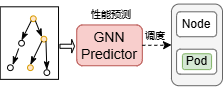
Above: drawio_figs/buaa_proposal/研究技术路线1.1.drawio.png in Jinghao-coding/paperstudy (draw.io), before the change. Source tidied: cells renumbered, new cells last; positions are measured from the earlier drawing's top-left corner, leaving out a move shared by most shapes. Its diagram source:
```xml
<mxGraphModel>
  <root>
    <mxCell id="0" />
    <mxCell id="1" parent="0" />
    <mxCell id="2" style="group;" parent="1" vertex="1">
      <mxGeometry x="7" y="0.5" width="215" height="97.5" as="geometry" />
    </mxCell>
    <mxCell id="3" value="GNN Predictor" style="rounded=1;whiteSpace=wrap;html=1;fillColor=#f8cecc;strokeColor=#b85450;fontSize=14;" parent="2" vertex="1">
      <mxGeometry x="69.2" y="24.9" width="65.6" height="40.8" as="geometry" />
    </mxCell>
    <mxCell id="4" style="rounded=1;whiteSpace=wrap;html=1;fillColor=#f5f5f5;strokeColor=#666666;fontSize=14;" parent="2" vertex="1">
      <mxGeometry x="164" y="4.1" width="51" height="81.6" as="geometry" />
    </mxCell>
    <mxCell id="5" value="Node" style="rounded=1;whiteSpace=wrap;html=1;fillColor=#ffffff;strokeColor=#666666;" parent="2" vertex="1">
      <mxGeometry x="169.1" y="11.8" width="40.1" height="24.9" as="geometry" />
    </mxCell>
    <mxCell id="6" style="edgeStyle=orthogonalEdgeStyle;rounded=0;jettySize=auto;html=1;endArrow=classic;endFill=1;strokeWidth=1;dashed=1;" parent="2" edge="1" source="3" target="4">
      <mxGeometry relative="1" as="geometry" />
    </mxCell>
    <mxCell id="7" value="&lt;font style=&quot;font-size: 10px;&quot;&gt;性能预测&lt;/font&gt;" style="text;html=1;strokeColor=none;fillColor=none;align=left;verticalAlign=top;spacingLeft=4;" parent="2" vertex="1">
      <mxGeometry x="78.2" width="43.7" height="18.1" as="geometry" />
    </mxCell>
    <mxCell id="8" value="&lt;font style=&quot;font-size: 10px;&quot;&gt;调度&lt;/font&gt;" style="text;html=1;strokeColor=none;fillColor=none;align=left;verticalAlign=top;spacingLeft=4;" parent="2" vertex="1">
      <mxGeometry x="131.8" y="21.3" width="21.9" height="18.1" as="geometry" />
    </mxCell>
    <mxCell id="9" style="group;" parent="2" vertex="1">
      <mxGeometry y="15.9" width="58.3" height="81.6" as="geometry" />
    </mxCell>
    <mxCell id="10" style="rounded=0;whiteSpace=wrap;html=1;" parent="9" vertex="1">
      <mxGeometry x="-7.3" y="-9.1" width="58.3" height="72.6" as="geometry" />
    </mxCell>
    <mxCell id="11" style="ellipse;whiteSpace=wrap;html=1;fontSize=12;fillColor=#ffe6cc;strokeColor=#d79b00;" parent="9" vertex="1">
      <mxGeometry x="23" width="5.7" height="5.7" as="geometry" />
    </mxCell>
    <mxCell id="12" style="ellipse;whiteSpace=wrap;html=1;fontSize=12;" parent="9" vertex="1">
      <mxGeometry x="11.2" y="24.5" width="5.7" height="5.7" as="geometry" />
    </mxCell>
    <mxCell id="13" style="ellipse;whiteSpace=wrap;html=1;fontSize=12;fillColor=#ffe6cc;strokeColor=#d79b00;" parent="9" vertex="1">
      <mxGeometry x="33.6" y="20.4" width="5.7" height="5.7" as="geometry" />
    </mxCell>
    <mxCell id="14" style="ellipse;whiteSpace=wrap;html=1;fontSize=12;fillColor=#ffe6cc;strokeColor=#d79b00;" parent="9" vertex="1">
      <mxGeometry x="20" y="49" width="5.7" height="5.7" as="geometry" />
    </mxCell>
    <mxCell id="15" style="ellipse;whiteSpace=wrap;html=1;fontSize=12;direction=south;" parent="9" vertex="1">
      <mxGeometry y="49" width="5.7" height="5.7" as="geometry" />
    </mxCell>
    <mxCell id="16" style="ellipse;whiteSpace=wrap;html=1;fontSize=12;" parent="9" vertex="1">
      <mxGeometry x="36.5" y="53.9" width="5.7" height="5.7" as="geometry" />
    </mxCell>
    <mxCell id="17" style="endArrow=classicThin;html=1;rounded=1;exitX=0;exitY=1;exitDx=0;exitDy=0;entryX=0.5;entryY=0;entryDx=0;entryDy=0;endFill=1;curved=0;" parent="9" edge="1" source="11" target="12">
      <mxGeometry relative="1" as="geometry" />
    </mxCell>
    <mxCell id="18" style="endArrow=classicThin;html=1;rounded=0;exitX=0;exitY=1;exitDx=0;exitDy=0;endFill=1;curved=0;" parent="9" edge="1">
      <mxGeometry relative="1" as="geometry">
        <mxPoint x="11.2" y="32.7" as="sourcePoint" />
        <mxPoint x="5.3" y="49" as="targetPoint" />
      </mxGeometry>
    </mxCell>
    <mxCell id="19" style="endArrow=classicThin;html=1;rounded=1;entryX=0.5;entryY=0;entryDx=0;entryDy=0;endFill=1;curved=0;exitX=0;exitY=1;exitDx=0;exitDy=0;" parent="9" edge="1" source="13" target="14">
      <mxGeometry relative="1" as="geometry" />
    </mxCell>
    <mxCell id="20" style="endArrow=classicThin;html=1;rounded=1;exitX=1;exitY=1;exitDx=0;exitDy=0;entryX=0;entryY=0;entryDx=0;entryDy=0;endFill=1;curved=0;" parent="9" edge="1" source="11" target="13">
      <mxGeometry relative="1" as="geometry" />
    </mxCell>
    <mxCell id="21" style="endArrow=classicThin;html=1;rounded=0;exitX=1;exitY=1;exitDx=0;exitDy=0;entryX=0.5;entryY=0;entryDx=0;entryDy=0;endFill=1;curved=0;" parent="9" edge="1" source="13" target="16">
      <mxGeometry relative="1" as="geometry" />
    </mxCell>
    <mxCell id="22" style="shape=singleArrow;whiteSpace=wrap;html=1;" parent="2" vertex="1">
      <mxGeometry x="52.5" y="39.5" width="14.6" height="13.6" as="geometry" />
    </mxCell>
    <mxCell id="23" value="Node" style="rounded=1;whiteSpace=wrap;html=1;fillColor=#ffffff;strokeColor=#666666;" parent="2" vertex="1">
      <mxGeometry x="169.1" y="49.2" width="40.1" height="24.9" as="geometry" />
    </mxCell>
    <mxCell id="24" value="Pod" style="rounded=1;whiteSpace=wrap;html=1;fillColor=#d5e8d4;strokeColor=#82b366;fontSize=12;" parent="2" vertex="1">
      <mxGeometry x="174.9" y="53.7" width="29.2" height="15.9" as="geometry" />
    </mxCell>
  </root>
</mxGraphModel>
```
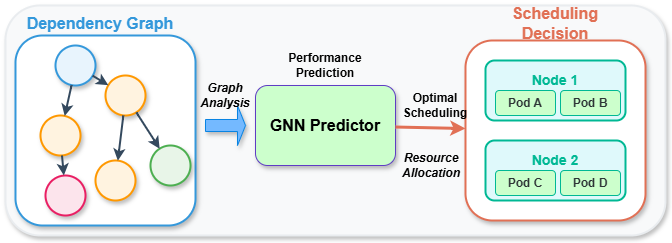
Later version of the same file.

Commit message:
docs(buaa_proposal): 更新图像文件

- 修改了 drawio_figs/buaa_proposal/ 目录下的图像文件
- 文件名包含中文字符，请确保文件系统支持 UTF-8 编码

Diff of the diagram source:
```diff
@@ -2,77 +2,98 @@
   <root>
     <mxCell id="0" />
     <mxCell id="1" parent="0" />
-    <mxCell id="2" style="group;" parent="1" vertex="1">
-      <mxGeometry x="7" y="0.5" width="215" height="97.5" as="geometry" />
-    </mxCell>
+    <mxCell id="25" style="rounded=1;whiteSpace=wrap;html=1;fillColor=#f8f9fa;strokeColor=#e9ecef;strokeWidth=2;shadow=1;" parent="1" vertex="1">
+      <mxGeometry x="-68" y="58" width="660" height="230" as="geometry" />
+    </mxCell>
+    <mxCell id="26" style="rounded=1;whiteSpace=wrap;html=1;fillColor=#ffffff;strokeColor=#3498db;strokeWidth=2;shadow=1;" parent="1" vertex="1">
+      <mxGeometry x="-58" y="88" width="180" height="190" as="geometry" />
+    </mxCell>
+    <mxCell id="27" value="Dependency Graph" style="text;html=1;strokeColor=none;fillColor=none;align=center;verticalAlign=middle;whiteSpace=wrap;rounded=0;fontSize=16;fontStyle=1;fontColor=#3498db;" parent="1" vertex="1">
+      <mxGeometry x="-48" y="63" width="150" height="25" as="geometry" />
+    </mxCell>
+    <mxCell id="28" style="ellipse;whiteSpace=wrap;html=1;fontSize=11;fontStyle=1;fillColor=#e8f4fd;strokeColor=#3498db;strokeWidth=2;shadow=1;" parent="1" vertex="1">
+      <mxGeometry x="-18" y="98" width="40" height="40" as="geometry" />
+    </mxCell>
+    <mxCell id="29" style="ellipse;whiteSpace=wrap;html=1;fontSize=11;fontStyle=1;fillColor=#fff3e0;strokeColor=#ff9800;strokeWidth=2;shadow=1;" parent="1" vertex="1">
+      <mxGeometry x="-33" y="168" width="40" height="40" as="geometry" />
+    </mxCell>
+    <mxCell id="30" style="ellipse;whiteSpace=wrap;html=1;fontSize=11;fontStyle=1;fillColor=#fff3e0;strokeColor=#ff9800;strokeWidth=2;shadow=1;" parent="1" vertex="1">
+      <mxGeometry x="32" y="128" width="40" height="40" as="geometry" />
+    </mxCell>
+    <mxCell id="31" style="ellipse;whiteSpace=wrap;html=1;fontSize=11;fontStyle=1;fillColor=#fff3e0;strokeColor=#ff9800;strokeWidth=2;shadow=1;" parent="1" vertex="1">
+      <mxGeometry x="22" y="213" width="40" height="40" as="geometry" />
+    </mxCell>
+    <mxCell id="32" style="ellipse;whiteSpace=wrap;html=1;fontSize=11;fontStyle=1;fillColor=#e8f5e8;strokeColor=#4caf50;strokeWidth=2;shadow=1;" parent="1" vertex="1">
+      <mxGeometry x="77" y="198" width="40" height="40" as="geometry" />
+    </mxCell>
+    <mxCell id="33" style="ellipse;whiteSpace=wrap;html=1;fontSize=11;fontStyle=1;fillColor=#fce4ec;strokeColor=#e91e63;strokeWidth=2;shadow=1;" parent="1" vertex="1">
+      <mxGeometry x="-28" y="228" width="40" height="40" as="geometry" />
+    </mxCell>
+    <mxCell id="34" style="endArrow=classic;html=1;rounded=1;strokeWidth=2;strokeColor=#34495e;curved=1;" parent="1" edge="1" source="28" target="29">
+      <mxGeometry relative="1" as="geometry" />
+    </mxCell>
+    <mxCell id="35" style="endArrow=classic;html=1;rounded=1;strokeWidth=2;strokeColor=#34495e;curved=1;" parent="1" edge="1" source="28" target="30">
+      <mxGeometry relative="1" as="geometry" />
+    </mxCell>
+    <mxCell id="36" style="endArrow=classic;html=1;rounded=1;strokeWidth=2;strokeColor=#34495e;curved=1;" parent="1" edge="1" source="29" target="33">
+      <mxGeometry relative="1" as="geometry" />
+    </mxCell>
+    <mxCell id="37" style="endArrow=classic;html=1;rounded=1;strokeWidth=2;strokeColor=#34495e;curved=1;" parent="1" edge="1" source="30" target="31">
+      <mxGeometry relative="1" as="geometry" />
+    </mxCell>
+    <mxCell id="38" style="endArrow=classic;html=1;rounded=1;strokeWidth=2;strokeColor=#34495e;curved=1;" parent="1" edge="1" source="30" target="32">
+      <mxGeometry relative="1" as="geometry" />
+    </mxCell>
-    <mxCell id="3" value="GNN Predictor" style="rounded=1;whiteSpace=wrap;html=1;fillColor=#f8cecc;strokeColor=#b85450;fontSize=14;" parent="2" vertex="1">
-      <mxGeometry x="69.2" y="24.9" width="65.6" height="40.8" as="geometry" />
+    <mxCell id="3" value="&lt;font style=&quot;color: rgb(0, 0, 0);&quot;&gt;GNN Predictor&lt;/font&gt;" style="rounded=1;whiteSpace=wrap;html=1;fillColor=#CCFFCC;strokeColor=#5f3dc4;fontSize=16;fontStyle=1;fontColor=#ffffff;shadow=1;" parent="1" vertex="1">
+      <mxGeometry x="182" y="138" width="140" height="80" as="geometry" />
     </mxCell>
-    <mxCell id="4" style="rounded=1;whiteSpace=wrap;html=1;fillColor=#f5f5f5;strokeColor=#666666;fontSize=14;" parent="2" vertex="1">
-      <mxGeometry x="164" y="4.1" width="51" height="81.6" as="geometry" />
-    </mxCell>
-    <mxCell id="5" value="Node" style="rounded=1;whiteSpace=wrap;html=1;fillColor=#ffffff;strokeColor=#666666;" parent="2" vertex="1">
-      <mxGeometry x="169.1" y="11.8" width="40.1" height="24.9" as="geometry" />
-    </mxCell>
-    <mxCell id="6" style="edgeStyle=orthogonalEdgeStyle;rounded=0;jettySize=auto;html=1;endArrow=classic;endFill=1;strokeWidth=1;dashed=1;" parent="2" edge="1" source="3" target="4">
-      <mxGeometry relative="1" as="geometry" />
-    </mxCell>
-    <mxCell id="7" value="&lt;font style=&quot;font-size: 10px;&quot;&gt;性能预测&lt;/font&gt;" style="text;html=1;strokeColor=none;fillColor=none;align=left;verticalAlign=top;spacingLeft=4;" parent="2" vertex="1">
-      <mxGeometry x="78.2" width="43.7" height="18.1" as="geometry" />
-    </mxCell>
-    <mxCell id="8" value="&lt;font style=&quot;font-size: 10px;&quot;&gt;调度&lt;/font&gt;" style="text;html=1;strokeColor=none;fillColor=none;align=left;verticalAlign=top;spacingLeft=4;" parent="2" vertex="1">
-      <mxGeometry x="131.8" y="21.3" width="21.9" height="18.1" as="geometry" />
-    </mxCell>
-    <mxCell id="9" style="group;" parent="2" vertex="1">
-      <mxGeometry y="15.9" width="58.3" height="81.6" as="geometry" />
-    </mxCell>
-    <mxCell id="10" style="rounded=0;whiteSpace=wrap;html=1;" parent="9" vertex="1">
-      <mxGeometry x="-7.3" y="-9.1" width="58.3" height="72.6" as="geometry" />
-    </mxCell>
-    <mxCell id="11" style="ellipse;whiteSpace=wrap;html=1;fontSize=12;fillColor=#ffe6cc;strokeColor=#d79b00;" parent="9" vertex="1">
-      <mxGeometry x="23" width="5.7" height="5.7" as="geometry" />
-    </mxCell>
-    <mxCell id="12" style="ellipse;whiteSpace=wrap;html=1;fontSize=12;" parent="9" vertex="1">
-      <mxGeometry x="11.2" y="24.5" width="5.7" height="5.7" as="geometry" />
-    </mxCell>
-    <mxCell id="13" style="ellipse;whiteSpace=wrap;html=1;fontSize=12;fillColor=#ffe6cc;strokeColor=#d79b00;" parent="9" vertex="1">
-      <mxGeometry x="33.6" y="20.4" width="5.7" height="5.7" as="geometry" />
-    </mxCell>
-    <mxCell id="14" style="ellipse;whiteSpace=wrap;html=1;fontSize=12;fillColor=#ffe6cc;strokeColor=#d79b00;" parent="9" vertex="1">
-      <mxGeometry x="20" y="49" width="5.7" height="5.7" as="geometry" />
-    </mxCell>
-    <mxCell id="15" style="ellipse;whiteSpace=wrap;html=1;fontSize=12;direction=south;" parent="9" vertex="1">
-      <mxGeometry y="49" width="5.7" height="5.7" as="geometry" />
-    </mxCell>
-    <mxCell id="16" style="ellipse;whiteSpace=wrap;html=1;fontSize=12;" parent="9" vertex="1">
-      <mxGeometry x="36.5" y="53.9" width="5.7" height="5.7" as="geometry" />
-    </mxCell>
-    <mxCell id="17" style="endArrow=classicThin;html=1;rounded=1;exitX=0;exitY=1;exitDx=0;exitDy=0;entryX=0.5;entryY=0;entryDx=0;entryDy=0;endFill=1;curved=0;" parent="9" edge="1" source="11" target="12">
-      <mxGeometry relative="1" as="geometry" />
-    </mxCell>
-    <mxCell id="18" style="endArrow=classicThin;html=1;rounded=0;exitX=0;exitY=1;exitDx=0;exitDy=0;endFill=1;curved=0;" parent="9" edge="1">
-      <mxGeometry relative="1" as="geometry">
-        <mxPoint x="11.2" y="32.7" as="sourcePoint" />
-        <mxPoint x="5.3" y="49" as="targetPoint" />
-      </mxGeometry>
-    </mxCell>
-    <mxCell id="19" style="endArrow=classicThin;html=1;rounded=1;entryX=0.5;entryY=0;entryDx=0;entryDy=0;endFill=1;curved=0;exitX=0;exitY=1;exitDx=0;exitDy=0;" parent="9" edge="1" source="13" target="14">
-      <mxGeometry relative="1" as="geometry" />
-    </mxCell>
-    <mxCell id="20" style="endArrow=classicThin;html=1;rounded=1;exitX=1;exitY=1;exitDx=0;exitDy=0;entryX=0;entryY=0;entryDx=0;entryDy=0;endFill=1;curved=0;" parent="9" edge="1" source="11" target="13">
-      <mxGeometry relative="1" as="geometry" />
-    </mxCell>
-    <mxCell id="21" style="endArrow=classicThin;html=1;rounded=0;exitX=1;exitY=1;exitDx=0;exitDy=0;entryX=0.5;entryY=0;entryDx=0;entryDy=0;endFill=1;curved=0;" parent="9" edge="1" source="13" target="16">
-      <mxGeometry relative="1" as="geometry" />
-    </mxCell>
-    <mxCell id="22" style="shape=singleArrow;whiteSpace=wrap;html=1;" parent="2" vertex="1">
-      <mxGeometry x="52.5" y="39.5" width="14.6" height="13.6" as="geometry" />
-    </mxCell>
-    <mxCell id="23" value="Node" style="rounded=1;whiteSpace=wrap;html=1;fillColor=#ffffff;strokeColor=#666666;" parent="2" vertex="1">
-      <mxGeometry x="169.1" y="49.2" width="40.1" height="24.9" as="geometry" />
-    </mxCell>
-    <mxCell id="24" value="Pod" style="rounded=1;whiteSpace=wrap;html=1;fillColor=#d5e8d4;strokeColor=#82b366;fontSize=12;" parent="2" vertex="1">
-      <mxGeometry x="174.9" y="53.7" width="29.2" height="15.9" as="geometry" />
-    </mxCell>
+    <mxCell id="39" style="shape=singleArrow;whiteSpace=wrap;html=1;fillColor=#74b9ff;strokeColor=#0984e3;shadow=1;" parent="1" vertex="1">
+      <mxGeometry x="132" y="158" width="40" height="40" as="geometry" />
+    </mxCell>
+    <mxCell id="40" value="&lt;font style=&quot;color: rgb(0, 0, 0);&quot;&gt;Performance&lt;br&gt;Prediction&lt;/font&gt;" style="text;html=1;strokeColor=none;fillColor=none;align=center;verticalAlign=middle;whiteSpace=wrap;rounded=0;fontSize=12;fontStyle=1;fontColor=#6c5ce7;" parent="1" vertex="1">
+      <mxGeometry x="192" y="98" width="120" height="40" as="geometry" />
+    </mxCell>
+    <mxCell id="41" style="rounded=1;whiteSpace=wrap;html=1;fillColor=#ffffff;strokeColor=#e17055;strokeWidth=2;shadow=1;" parent="1" vertex="1">
+      <mxGeometry x="392" y="93" width="180" height="180" as="geometry" />
+    </mxCell>
+    <mxCell id="42" value="Scheduling Decision" style="text;html=1;strokeColor=none;fillColor=none;align=center;verticalAlign=middle;whiteSpace=wrap;rounded=0;fontSize=16;fontStyle=1;fontColor=#e17055;" parent="1" vertex="1">
+      <mxGeometry x="412" y="63" width="140" height="25" as="geometry" />
+    </mxCell>
+    <mxCell id="43" style="rounded=1;whiteSpace=wrap;html=1;fillColor=#dff9fb;strokeColor=#00b894;strokeWidth=2;" parent="1" vertex="1">
+      <mxGeometry x="412" y="113" width="140" height="60" as="geometry" />
+    </mxCell>
+    <mxCell id="44" value="Node 1" style="text;html=1;strokeColor=none;fillColor=none;align=center;verticalAlign=middle;whiteSpace=wrap;rounded=0;fontSize=14;fontStyle=1;fontColor=#00b894;" parent="1" vertex="1">
+      <mxGeometry x="432" y="123" width="100" height="20" as="geometry" />
+    </mxCell>
+    <mxCell id="45" value="Pod A" style="rounded=1;whiteSpace=wrap;html=1;fillColor=#CCFFCC;strokeColor=#00b894;fontSize=12;fontStyle=1;fontColor=#2d3436;" parent="1" vertex="1">
+      <mxGeometry x="422" y="143" width="60" height="25" as="geometry" />
+    </mxCell>
+    <mxCell id="46" value="Pod B" style="rounded=1;whiteSpace=wrap;html=1;fillColor=#CCFFCC;strokeColor=#00b894;fontSize=12;fontStyle=1;fontColor=#2d3436;" parent="1" vertex="1">
+      <mxGeometry x="487" y="143" width="60" height="25" as="geometry" />
+    </mxCell>
+    <mxCell id="47" style="rounded=1;whiteSpace=wrap;html=1;fillColor=#dff9fb;strokeColor=#00b894;strokeWidth=2;" parent="1" vertex="1">
+      <mxGeometry x="412" y="193" width="140" height="60" as="geometry" />
+    </mxCell>
+    <mxCell id="48" value="Node 2" style="text;html=1;strokeColor=none;fillColor=none;align=center;verticalAlign=middle;whiteSpace=wrap;rounded=0;fontSize=14;fontStyle=1;fontColor=#00b894;" parent="1" vertex="1">
+      <mxGeometry x="432" y="203" width="100" height="20" as="geometry" />
+    </mxCell>
+    <mxCell id="49" value="Pod C" style="rounded=1;whiteSpace=wrap;html=1;fillColor=#CCFFCC;strokeColor=#00b894;fontSize=12;fontStyle=1;fontColor=#2d3436;" parent="1" vertex="1">
+      <mxGeometry x="422" y="223" width="60" height="25" as="geometry" />
+    </mxCell>
+    <mxCell id="50" value="Pod D" style="rounded=1;whiteSpace=wrap;html=1;fillColor=#CCFFCC;strokeColor=#00b894;fontSize=12;fontStyle=1;fontColor=#2d3436;" parent="1" vertex="1">
+      <mxGeometry x="487" y="223" width="60" height="25" as="geometry" />
+    </mxCell>
+    <mxCell id="51" style="endArrow=classic;html=1;rounded=0;strokeWidth=3;strokeColor=#e17055;curved=1;" parent="1" edge="1" source="3" target="41">
+      <mxGeometry relative="1" as="geometry" />
+    </mxCell>
+    <mxCell id="52" value="&lt;font style=&quot;color: rgb(0, 0, 0);&quot;&gt;Optimal&lt;br&gt;Scheduling&lt;/font&gt;" style="text;html=1;strokeColor=none;fillColor=none;align=center;verticalAlign=middle;whiteSpace=wrap;rounded=0;fontSize=12;fontStyle=1;fontColor=#e17055;" parent="1" vertex="1">
+      <mxGeometry x="322" y="138" width="80" height="40" as="geometry" />
+    </mxCell>
+    <mxCell id="53" value="&lt;font style=&quot;color: rgb(0, 0, 0); font-size: 12px;&quot;&gt;&lt;b&gt;Graph Analysis&lt;/b&gt;&lt;/font&gt;" style="text;html=1;strokeColor=none;fillColor=none;align=center;verticalAlign=middle;whiteSpace=wrap;rounded=0;fontSize=10;fontStyle=2;fontColor=#74b9ff;" parent="1" vertex="1">
+      <mxGeometry x="112" y="138" width="80" height="20" as="geometry" />
+    </mxCell>
+    <mxCell id="54" value="&lt;font style=&quot;color: rgb(0, 0, 0); font-size: 12px;&quot;&gt;&lt;b&gt;Resource Allocation&lt;/b&gt;&lt;/font&gt;" style="text;html=1;strokeColor=none;fillColor=none;align=center;verticalAlign=middle;whiteSpace=wrap;rounded=0;fontSize=10;fontStyle=2;fontColor=#e17055;" parent="1" vertex="1">
+      <mxGeometry x="318" y="208" width="80" height="20" as="geometry" />
+    </mxCell>
   </root>
 </mxGraphModel>
```
